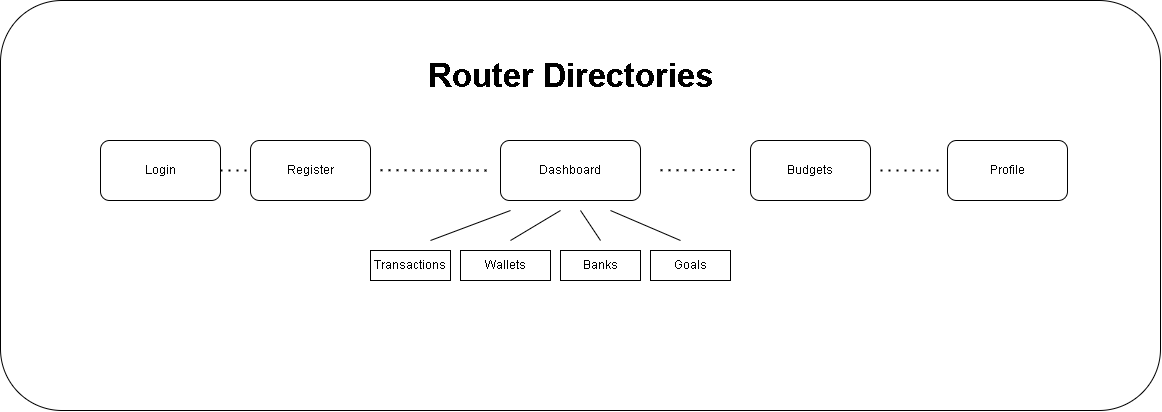
KloutDevs/personal-portfolio keeps this draw.io diagram as public/assets/imgs/CashManager - Diagram.drawio.png. Above is the earlier version. Source tidied: cells renumbered, new cells last; positions are measured from the earlier drawing's top-left corner, leaving out a move shared by most shapes.
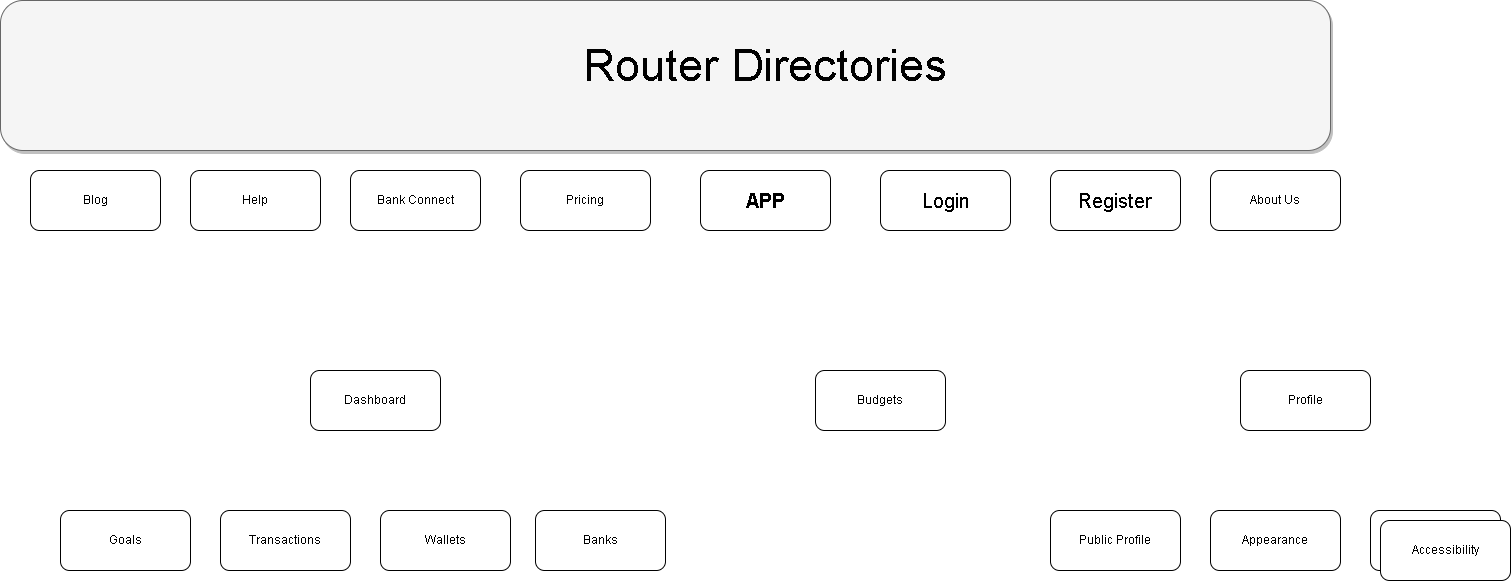
After the change.

What changed in the source:
```diff
@@ -2,85 +2,68 @@
   <root>
     <mxCell id="0" />
     <mxCell id="1" parent="0" />
+    <mxCell id="21" style="rounded=1;whiteSpace=wrap;html=1;fillColor=#f5f5f5;strokeColor=#666666;fontColor=#333333;shadow=1;glass=0;" parent="1" vertex="1">
+      <mxGeometry x="-190" y="-590" width="1330" height="150" as="geometry" />
+    </mxCell>
+    <mxCell id="20" value="Router Directories" style="text;html=1;strokeColor=none;fillColor=none;align=center;verticalAlign=middle;whiteSpace=wrap;rounded=0;fontSize=45;" parent="1" vertex="1">
+      <mxGeometry x="380" y="-540" width="390" height="30" as="geometry" />
+    </mxCell>
+    <mxCell id="22" value="&lt;font style=&quot;font-size: 20px;&quot;&gt;&lt;b&gt;APP&lt;/b&gt;&lt;/font&gt;" style="rounded=1;whiteSpace=wrap;html=1;" parent="1" vertex="1">
+      <mxGeometry x="510" y="-420" width="130" height="60" as="geometry" />
+    </mxCell>
+    <mxCell id="23" value="Pricing" style="rounded=1;whiteSpace=wrap;html=1;" parent="1" vertex="1">
+      <mxGeometry x="330" y="-420" width="130" height="60" as="geometry" />
+    </mxCell>
+    <mxCell id="24" value="Bank Connect" style="rounded=1;whiteSpace=wrap;html=1;" parent="1" vertex="1">
+      <mxGeometry x="160" y="-420" width="130" height="60" as="geometry" />
+    </mxCell>
-    <mxCell id="2" value="Login" style="rounded=1;whiteSpace=wrap;html=1;" parent="1" vertex="1">
-      <mxGeometry x="100" y="140" width="120" height="60" as="geometry" />
+    <mxCell id="2" value="&lt;font style=&quot;font-size: 20px;&quot;&gt;Login&lt;/font&gt;" style="rounded=1;whiteSpace=wrap;html=1;" parent="1" vertex="1">
+      <mxGeometry x="690" y="-420" width="130" height="60" as="geometry" />
     </mxCell>
-    <mxCell id="3" value="Register" style="rounded=1;whiteSpace=wrap;html=1;" parent="1" vertex="1">
-      <mxGeometry x="250" y="140" width="120" height="60" as="geometry" />
+    <mxCell id="3" value="&lt;font style=&quot;font-size: 20px;&quot;&gt;Register&lt;/font&gt;" style="rounded=1;whiteSpace=wrap;html=1;" parent="1" vertex="1">
+      <mxGeometry x="860" y="-420" width="130" height="60" as="geometry" />
     </mxCell>
+    <mxCell id="25" value="Help" style="rounded=1;whiteSpace=wrap;html=1;" parent="1" vertex="1">
+      <mxGeometry y="-420" width="130" height="60" as="geometry" />
+    </mxCell>
+    <mxCell id="26" value="About Us" style="rounded=1;whiteSpace=wrap;html=1;" parent="1" vertex="1">
+      <mxGeometry x="1020" y="-420" width="130" height="60" as="geometry" />
+    </mxCell>
+    <mxCell id="27" value="Blog" style="rounded=1;whiteSpace=wrap;html=1;" parent="1" vertex="1">
+      <mxGeometry x="-160" y="-420" width="130" height="60" as="geometry" />
+    </mxCell>
     <mxCell id="4" value="Dashboard" style="rounded=1;whiteSpace=wrap;html=1;" parent="1" vertex="1">
-      <mxGeometry x="500" y="140" width="140" height="60" as="geometry" />
+      <mxGeometry x="120" y="-220" width="130" height="60" as="geometry" />
     </mxCell>
     <mxCell id="5" value="Budgets" style="rounded=1;whiteSpace=wrap;html=1;" parent="1" vertex="1">
-      <mxGeometry x="750" y="140" width="120" height="60" as="geometry" />
+      <mxGeometry x="625" y="-220" width="130" height="60" as="geometry" />
     </mxCell>
     <mxCell id="6" value="Profile" style="rounded=1;whiteSpace=wrap;html=1;" parent="1" vertex="1">
-      <mxGeometry x="947" y="140" width="120" height="60" as="geometry" />
+      <mxGeometry x="1050" y="-220" width="130" height="60" as="geometry" />
     </mxCell>
-    <mxCell id="7" value="Transactions" style="rounded=0;whiteSpace=wrap;html=1;" parent="1" vertex="1">
-      <mxGeometry x="370" y="250" width="80" height="30" as="geometry" />
+    <mxCell id="7" value="Transactions" style="rounded=1;whiteSpace=wrap;html=1;" parent="1" vertex="1">
+      <mxGeometry x="30" y="-80" width="130" height="60" as="geometry" />
     </mxCell>
-    <mxCell id="8" style="endArrow=none;html=1;rounded=0;" parent="1" edge="1">
-      <mxGeometry relative="1" as="geometry">
-        <mxPoint x="510" y="240" as="sourcePoint" />
-        <mxPoint x="560" y="210" as="targetPoint" />
-      </mxGeometry>
-    </mxCell>
-    <mxCell id="9" value="Wallets" style="rounded=0;whiteSpace=wrap;html=1;" parent="1" vertex="1">
-      <mxGeometry x="460" y="250" width="90" height="30" as="geometry" />
+    <mxCell id="9" value="Wallets" style="rounded=1;whiteSpace=wrap;html=1;" parent="1" vertex="1">
+      <mxGeometry x="190" y="-80" width="130" height="60" as="geometry" />
     </mxCell>
-    <mxCell id="10" value="Banks" style="rounded=0;whiteSpace=wrap;html=1;" parent="1" vertex="1">
-      <mxGeometry x="560" y="250" width="80" height="30" as="geometry" />
+    <mxCell id="10" value="Banks" style="rounded=1;whiteSpace=wrap;html=1;" parent="1" vertex="1">
+      <mxGeometry x="345" y="-80" width="130" height="60" as="geometry" />
     </mxCell>
-    <mxCell id="11" value="Goals" style="rounded=0;whiteSpace=wrap;html=1;" parent="1" vertex="1">
-      <mxGeometry x="650" y="250" width="80" height="30" as="geometry" />
+    <mxCell id="11" value="Goals" style="rounded=1;whiteSpace=wrap;html=1;" parent="1" vertex="1">
+      <mxGeometry x="-130" y="-80" width="130" height="60" as="geometry" />
     </mxCell>
-    <mxCell id="12" style="endArrow=none;html=1;rounded=0;" parent="1" edge="1">
-      <mxGeometry relative="1" as="geometry">
-        <mxPoint x="600" y="240" as="sourcePoint" />
-        <mxPoint x="580" y="210" as="targetPoint" />
-      </mxGeometry>
-    </mxCell>
-    <mxCell id="13" style="endArrow=none;html=1;rounded=0;" parent="1" edge="1">
-      <mxGeometry relative="1" as="geometry">
-        <mxPoint x="680" y="240" as="sourcePoint" />
-        <mxPoint x="610" y="210" as="targetPoint" />
-      </mxGeometry>
-    </mxCell>
-    <mxCell id="14" style="endArrow=none;html=1;rounded=0;" parent="1" edge="1">
-      <mxGeometry relative="1" as="geometry">
-        <mxPoint x="430" y="240" as="sourcePoint" />
-        <mxPoint x="510" y="210" as="targetPoint" />
-      </mxGeometry>
-    </mxCell>
-    <mxCell id="15" style="endArrow=none;dashed=1;html=1;dashPattern=1 3;strokeWidth=2;rounded=0;" parent="1" edge="1">
-      <mxGeometry relative="1" as="geometry">
-        <mxPoint x="660" y="169.8" as="sourcePoint" />
-        <mxPoint x="740" y="169.4" as="targetPoint" />
-      </mxGeometry>
-    </mxCell>
-    <mxCell id="16" style="endArrow=none;dashed=1;html=1;dashPattern=1 3;strokeWidth=2;rounded=0;" parent="1" edge="1">
-      <mxGeometry relative="1" as="geometry">
-        <mxPoint x="880" y="170" as="sourcePoint" />
-        <mxPoint x="940" y="170" as="targetPoint" />
-      </mxGeometry>
-    </mxCell>
-    <mxCell id="17" style="endArrow=none;dashed=1;html=1;dashPattern=1 3;strokeWidth=2;rounded=0;" parent="1" edge="1">
-      <mxGeometry relative="1" as="geometry">
-        <mxPoint x="380" y="169.8" as="sourcePoint" />
-        <mxPoint x="490" y="170" as="targetPoint" />
-      </mxGeometry>
-    </mxCell>
-    <mxCell id="18" style="endArrow=none;dashed=1;html=1;dashPattern=1 3;strokeWidth=2;rounded=0;exitX=1;exitY=0.5;exitDx=0;exitDy=0;" parent="1" edge="1" source="2">
-      <mxGeometry relative="1" as="geometry">
-        <mxPoint x="250" y="170" as="targetPoint" />
-      </mxGeometry>
-    </mxCell>
-    <mxCell id="19" style="rounded=1;whiteSpace=wrap;html=1;fillColor=none;" parent="1" vertex="1">
-      <mxGeometry width="1160" height="410" as="geometry" />
-    </mxCell>
-    <mxCell id="20" value="&lt;font style=&quot;font-size: 33px;&quot;&gt;&lt;b&gt;Router Directories&lt;/b&gt;&lt;/font&gt;" style="text;html=1;strokeColor=none;fillColor=none;align=center;verticalAlign=middle;whiteSpace=wrap;rounded=0;" parent="1" vertex="1">
-      <mxGeometry x="365" y="40" width="410" height="70" as="geometry" />
-    </mxCell>
+    <mxCell id="28" value="Public Profile" style="rounded=1;whiteSpace=wrap;html=1;" parent="1" vertex="1">
+      <mxGeometry x="860" y="-80" width="130" height="60" as="geometry" />
+    </mxCell>
+    <mxCell id="29" value="Appearance" style="rounded=1;whiteSpace=wrap;html=1;" parent="1" vertex="1">
+      <mxGeometry x="1020" y="-80" width="130" height="60" as="geometry" />
+    </mxCell>
+    <mxCell id="30" value="Accessibility" style="rounded=1;whiteSpace=wrap;html=1;" parent="1" vertex="1">
+      <mxGeometry x="1180" y="-80" width="130" height="60" as="geometry" />
+    </mxCell>
+    <mxCell id="31" value="Accessibility" style="rounded=1;whiteSpace=wrap;html=1;" parent="1" vertex="1">
+      <mxGeometry x="1190" y="-70" width="130" height="60" as="geometry" />
+    </mxCell>
   </root>
 </mxGraphModel>
```
